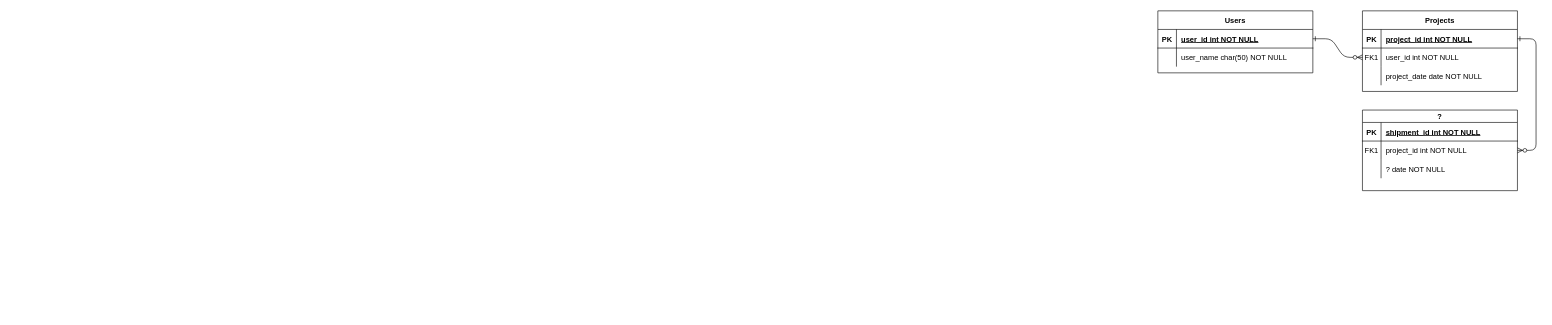
Earlier version of the draw.io diagram ER-diagram.drawio (rakshajp/arco-test). Source tidied: cells renumbered, new cells numbered last; positions are measured from the earlier drawing's top-left corner, leaving out a move shared by most shapes. Both pictures are drawn from the tidied source at 62%, with x=0, y=0 at pixel (1158, 11).
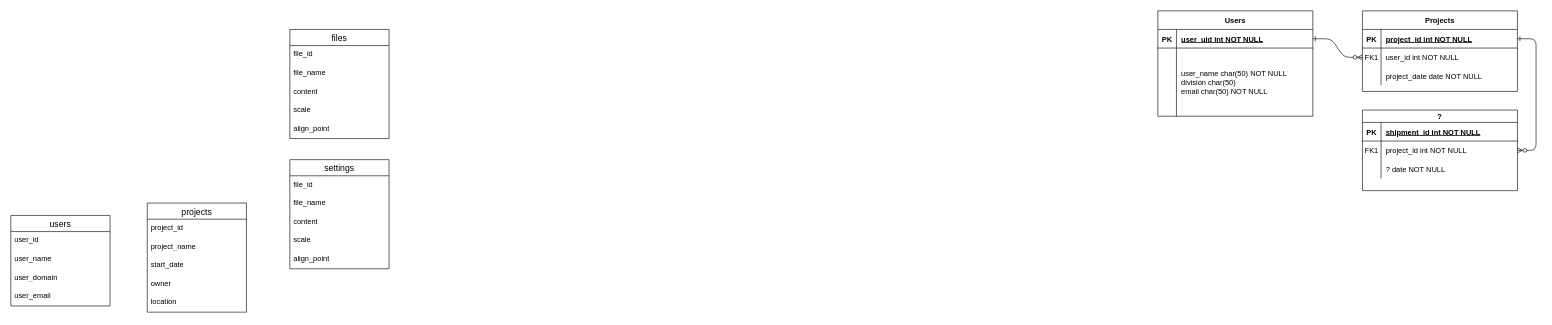
Above is the later version.

The change refers to these unchanged cells:
```xml
<mxCell id="25" style="shape=partialRectangle;fillColor=none;points=[[0,0.5],[1,0.5]];portConstraint=eastwest;top=0;left=0;right=0;bottom=1;" parent="24" vertex="1">
  <mxGeometry y="30" width="250" height="30" as="geometry" />
</mxCell>
```

The edit, as a diff of the source:
```diff
@@
     <mxCell id="24" value="Users" style="shape=table;startSize=30;childLayout=tableLayout;rowLines=0;fontStyle=1;align=center;" parent="1" vertex="1">
-      <mxGeometry width="250" height="100" as="geometry" />
+      <mxGeometry width="250" height="170" as="geometry" />
     </mxCell>
@@
-    <mxCell id="27" value="user_id int NOT NULL " style="shape=partialRectangle;overflow=hidden;fillColor=none;top=0;left=0;bottom=0;right=0;align=left;spacingLeft=6;fontStyle=5;" parent="25" vertex="1">
+    <mxCell id="27" value="user_uid int NOT NULL " style="shape=partialRectangle;overflow=hidden;fillColor=none;top=0;left=0;bottom=0;right=0;align=left;spacingLeft=6;fontStyle=5;" parent="25" vertex="1">
       <mxGeometry x="30" width="220" height="30" as="geometry" />
     </mxCell>
     <mxCell id="28" style="shape=partialRectangle;fillColor=none;top=0;left=0;right=0;bottom=0;" parent="24" vertex="1">
-      <mxGeometry y="60" width="250" height="30" as="geometry" />
+      <mxGeometry y="60" width="250" height="110" as="geometry" />
     </mxCell>
     <mxCell id="29" style="shape=partialRectangle;overflow=hidden;fillColor=none;top=0;left=0;bottom=0;right=0;" parent="28" vertex="1">
-      <mxGeometry width="30" height="30" as="geometry" />
+      <mxGeometry width="30" height="110" as="geometry" />
     </mxCell>
-    <mxCell id="30" value="user_name char(50) NOT NULL" style="shape=partialRectangle;overflow=hidden;fillColor=none;top=0;left=0;bottom=0;right=0;align=left;spacingLeft=6;" parent="28" vertex="1">
-      <mxGeometry x="30" width="220" height="30" as="geometry" />
+    <mxCell id="30" value="user_name char(50) NOT NULL&#10;division char(50)&#10;email char(50) NOT NULL" style="shape=partialRectangle;overflow=hidden;fillColor=none;top=0;left=0;bottom=0;right=0;align=left;spacingLeft=6;" parent="28" vertex="1">
+      <mxGeometry x="30" width="220" height="110" as="geometry" />
     </mxCell>
+    <mxCell id="31" value="users" style="swimlane;fontStyle=0;horizontal=1;startSize=26;align=center;fontSize=14;" parent="1" vertex="1">
+      <mxGeometry x="-1850" y="330" width="160" height="146" as="geometry" />
+    </mxCell>
+    <mxCell id="32" value="user_id" style="text;strokeColor=none;fillColor=none;spacingLeft=4;spacingRight=4;overflow=hidden;fontSize=12;whiteSpace=wrap;html=1;" parent="31" vertex="1">
+      <mxGeometry y="26" width="160" height="30" as="geometry" />
+    </mxCell>
+    <mxCell id="33" value="user_name" style="text;strokeColor=none;fillColor=none;spacingLeft=4;spacingRight=4;overflow=hidden;fontSize=12;whiteSpace=wrap;html=1;" parent="31" vertex="1">
+      <mxGeometry y="56" width="160" height="30" as="geometry" />
+    </mxCell>
+    <mxCell id="34" value="user_domain" style="text;strokeColor=none;fillColor=none;spacingLeft=4;spacingRight=4;overflow=hidden;fontSize=12;whiteSpace=wrap;html=1;" parent="31" vertex="1">
+      <mxGeometry y="86" width="160" height="30" as="geometry" />
+    </mxCell>
+    <mxCell id="35" value="user_email&lt;br&gt;" style="text;strokeColor=none;fillColor=none;spacingLeft=4;spacingRight=4;overflow=hidden;fontSize=12;whiteSpace=wrap;html=1;" parent="31" vertex="1">
+      <mxGeometry y="116" width="160" height="30" as="geometry" />
+    </mxCell>
+    <mxCell id="36" value="projects" style="swimlane;fontStyle=0;horizontal=1;startSize=26;align=center;fontSize=14;" parent="1" vertex="1">
+      <mxGeometry x="-1630" y="310" width="160" height="176" as="geometry" />
+    </mxCell>
+    <mxCell id="37" value="project_id" style="text;strokeColor=none;fillColor=none;spacingLeft=4;spacingRight=4;overflow=hidden;fontSize=12;whiteSpace=wrap;html=1;" parent="36" vertex="1">
+      <mxGeometry y="26" width="160" height="30" as="geometry" />
+    </mxCell>
+    <mxCell id="38" value="project_name" style="text;strokeColor=none;fillColor=none;spacingLeft=4;spacingRight=4;overflow=hidden;fontSize=12;whiteSpace=wrap;html=1;" parent="36" vertex="1">
+      <mxGeometry y="56" width="160" height="30" as="geometry" />
+    </mxCell>
+    <mxCell id="39" value="start_date" style="text;strokeColor=none;fillColor=none;spacingLeft=4;spacingRight=4;overflow=hidden;fontSize=12;whiteSpace=wrap;html=1;" parent="36" vertex="1">
+      <mxGeometry y="86" width="160" height="30" as="geometry" />
+    </mxCell>
+    <mxCell id="40" value="owner" style="text;strokeColor=none;fillColor=none;spacingLeft=4;spacingRight=4;overflow=hidden;fontSize=12;whiteSpace=wrap;html=1;" parent="36" vertex="1">
+      <mxGeometry y="116" width="160" height="30" as="geometry" />
+    </mxCell>
+    <mxCell id="41" value="location" style="text;strokeColor=none;fillColor=none;spacingLeft=4;spacingRight=4;overflow=hidden;fontSize=12;whiteSpace=wrap;html=1;" parent="36" vertex="1">
+      <mxGeometry y="146" width="160" height="30" as="geometry" />
+    </mxCell>
+    <mxCell id="42" value="files" style="swimlane;fontStyle=0;horizontal=1;startSize=26;align=center;fontSize=14;" parent="1" vertex="1">
+      <mxGeometry x="-1400" y="30" width="160" height="176" as="geometry" />
+    </mxCell>
+    <mxCell id="43" value="file_id" style="text;strokeColor=none;fillColor=none;spacingLeft=4;spacingRight=4;overflow=hidden;fontSize=12;whiteSpace=wrap;html=1;" parent="42" vertex="1">
+      <mxGeometry y="26" width="160" height="30" as="geometry" />
+    </mxCell>
+    <mxCell id="44" value="file_name" style="text;strokeColor=none;fillColor=none;spacingLeft=4;spacingRight=4;overflow=hidden;fontSize=12;whiteSpace=wrap;html=1;" parent="42" vertex="1">
+      <mxGeometry y="56" width="160" height="30" as="geometry" />
+    </mxCell>
+    <mxCell id="45" value="content" style="text;strokeColor=none;fillColor=none;spacingLeft=4;spacingRight=4;overflow=hidden;fontSize=12;whiteSpace=wrap;html=1;" parent="42" vertex="1">
+      <mxGeometry y="86" width="160" height="30" as="geometry" />
+    </mxCell>
+    <mxCell id="46" value="scale" style="text;strokeColor=none;fillColor=none;spacingLeft=4;spacingRight=4;overflow=hidden;fontSize=12;whiteSpace=wrap;html=1;" parent="42" vertex="1">
+      <mxGeometry y="116" width="160" height="30" as="geometry" />
+    </mxCell>
+    <mxCell id="47" value="align_point" style="text;strokeColor=none;fillColor=none;spacingLeft=4;spacingRight=4;overflow=hidden;fontSize=12;whiteSpace=wrap;html=1;" parent="42" vertex="1">
+      <mxGeometry y="146" width="160" height="30" as="geometry" />
+    </mxCell>
+    <mxCell id="48" value="settings" style="swimlane;fontStyle=0;horizontal=1;startSize=26;align=center;fontSize=14;" parent="1" vertex="1">
+      <mxGeometry x="-1400" y="240" width="160" height="176" as="geometry" />
+    </mxCell>
+    <mxCell id="49" value="file_id" style="text;strokeColor=none;fillColor=none;spacingLeft=4;spacingRight=4;overflow=hidden;fontSize=12;whiteSpace=wrap;html=1;" parent="48" vertex="1">
+      <mxGeometry y="26" width="160" height="30" as="geometry" />
+    </mxCell>
+    <mxCell id="50" value="file_name" style="text;strokeColor=none;fillColor=none;spacingLeft=4;spacingRight=4;overflow=hidden;fontSize=12;whiteSpace=wrap;html=1;" parent="48" vertex="1">
+      <mxGeometry y="56" width="160" height="30" as="geometry" />
+    </mxCell>
+    <mxCell id="51" value="content" style="text;strokeColor=none;fillColor=none;spacingLeft=4;spacingRight=4;overflow=hidden;fontSize=12;whiteSpace=wrap;html=1;" parent="48" vertex="1">
+      <mxGeometry y="86" width="160" height="30" as="geometry" />
+    </mxCell>
+    <mxCell id="52" value="scale" style="text;strokeColor=none;fillColor=none;spacingLeft=4;spacingRight=4;overflow=hidden;fontSize=12;whiteSpace=wrap;html=1;" parent="48" vertex="1">
+      <mxGeometry y="116" width="160" height="30" as="geometry" />
+    </mxCell>
+    <mxCell id="53" value="align_point" style="text;strokeColor=none;fillColor=none;spacingLeft=4;spacingRight=4;overflow=hidden;fontSize=12;whiteSpace=wrap;html=1;" parent="48" vertex="1">
+      <mxGeometry y="146" width="160" height="30" as="geometry" />
+    </mxCell>
```
